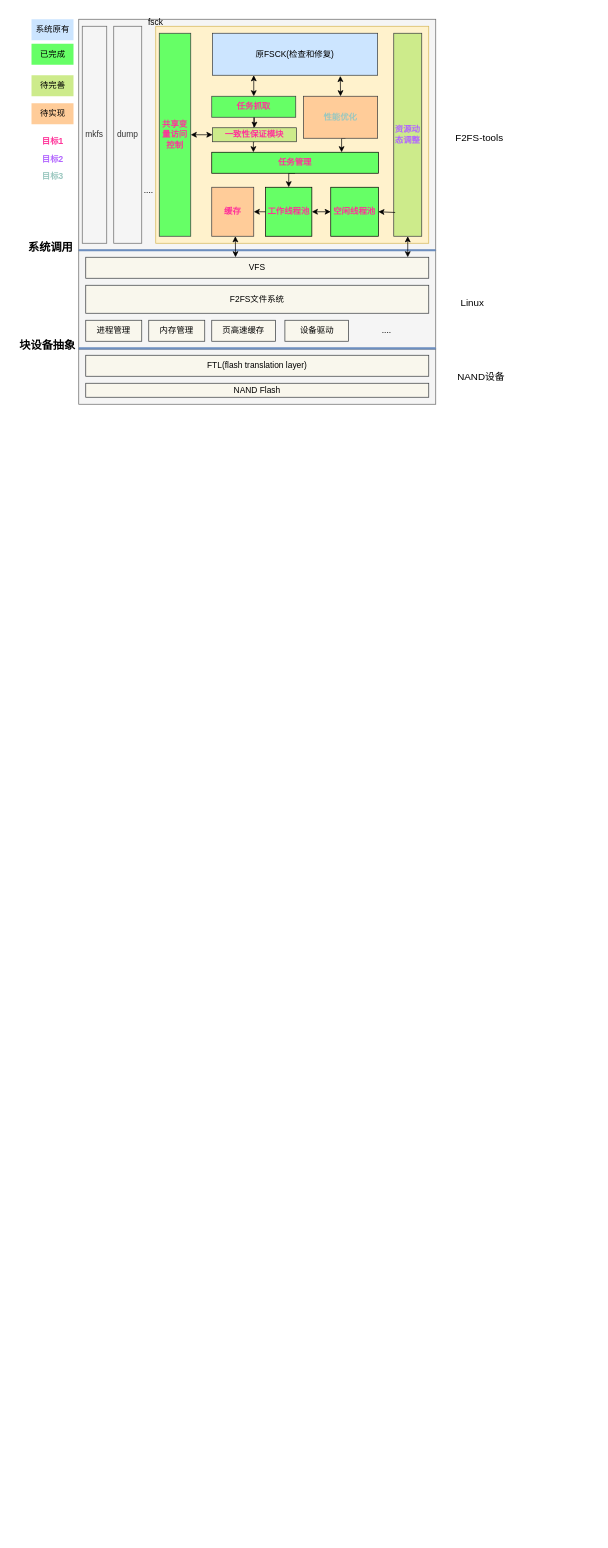
Earlier version of the draw.io diagram f2fs/f2fs架构图.drawio (ksd11/charts). Source tidied: cells renumbered, new cells numbered last; positions are measured from the earlier drawing's top-left corner, leaving out a move shared by most shapes. Both pictures are drawn from the tidied source at 70%, with x=0, y=0 at pixel (22, 12).
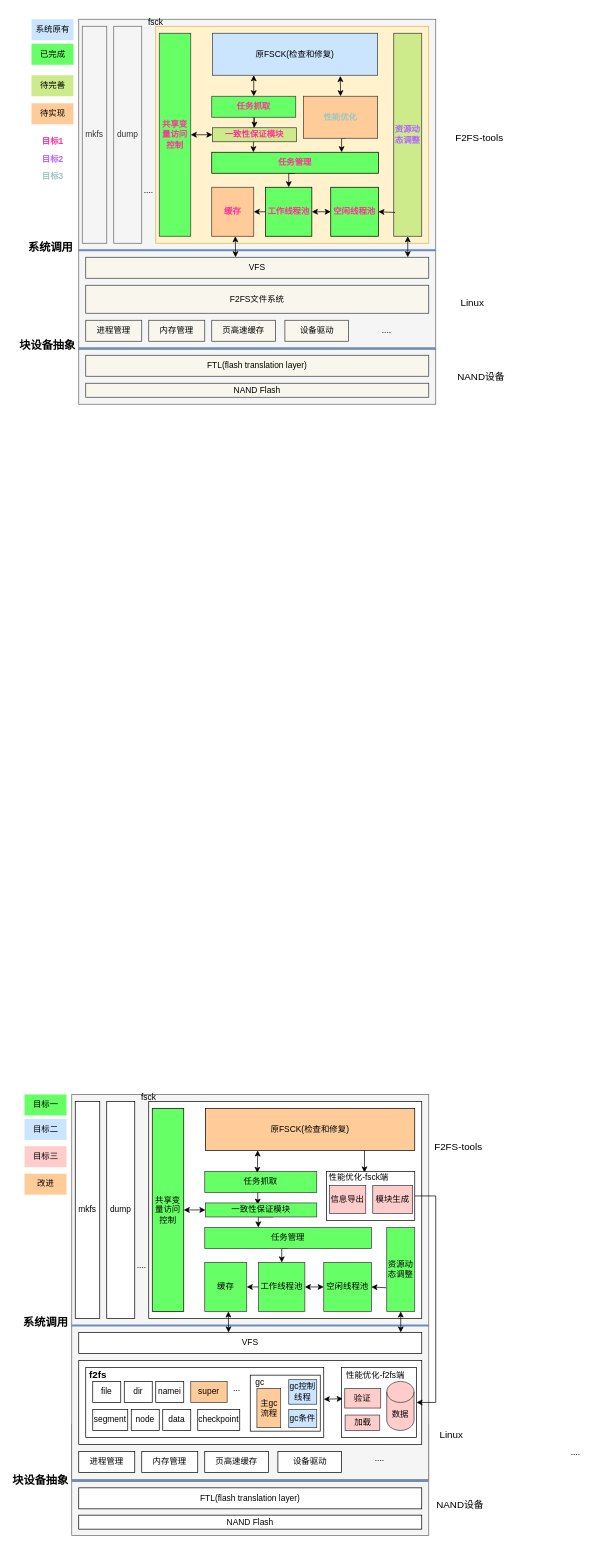
Above is the later version.

Commit message (it also covers changes not shown here):
修改f2fs架构图

Diff of the diagram source:
```diff
@@
+    <mxCell id="56" style="rounded=0;whiteSpace=wrap;html=1;fillColor=#f5f5f5;fontColor=#333333;strokeColor=#666666;" parent="1" vertex="1">
+      <mxGeometry x="70" y="2017" width="510" height="159" as="geometry" />
+    </mxCell>
+    <mxCell id="57" style="rounded=0;whiteSpace=wrap;html=1;fillColor=#f5f5f5;fontColor=#333333;strokeColor=#666666;" parent="1" vertex="1">
+      <mxGeometry x="70" y="1546" width="510" height="330" as="geometry" />
+    </mxCell>
+    <mxCell id="58" style="rounded=0;whiteSpace=wrap;html=1;fillColor=#f5f5f5;strokeColor=#666666;fontColor=#333333;" parent="1" vertex="1">
+      <mxGeometry x="70" y="1876" width="510" height="220" as="geometry" />
+    </mxCell>
+    <mxCell id="59" value="NAND Flash" style="rounded=0;whiteSpace=wrap;html=1;" parent="1" vertex="1">
+      <mxGeometry x="80" y="2147" width="490" height="20" as="geometry" />
+    </mxCell>
+    <mxCell id="60" value="FTL(flash translation layer)" style="rounded=0;whiteSpace=wrap;html=1;" parent="1" vertex="1">
+      <mxGeometry x="80" y="2108" width="490" height="30" as="geometry" />
+    </mxCell>
+    <mxCell id="61" value="Linux" style="text;html=1;strokeColor=none;fillColor=none;align=center;verticalAlign=middle;whiteSpace=wrap;rounded=0;fontSize=14;labelBorderColor=none;" parent="1" vertex="1">
+      <mxGeometry x="580" y="2017" width="65" height="30" as="geometry" />
+    </mxCell>
+    <mxCell id="62" value="进程管理" style="rounded=0;whiteSpace=wrap;html=1;" parent="1" vertex="1">
+      <mxGeometry x="80" y="2056" width="80" height="30" as="geometry" />
+    </mxCell>
+    <mxCell id="63" value="内存管理" style="rounded=0;whiteSpace=wrap;html=1;" parent="1" vertex="1">
+      <mxGeometry x="170" y="2056" width="80" height="30" as="geometry" />
+    </mxCell>
+    <mxCell id="64" value="页高速缓存" style="rounded=0;whiteSpace=wrap;html=1;" parent="1" vertex="1">
+      <mxGeometry x="260" y="2056" width="91" height="30" as="geometry" />
+    </mxCell>
+    <mxCell id="65" value="...." style="text;html=1;strokeColor=none;fillColor=none;align=center;verticalAlign=middle;whiteSpace=wrap;rounded=0;" parent="1" vertex="1">
+      <mxGeometry x="480" y="2051" width="60" height="30" as="geometry" />
+    </mxCell>
+    <mxCell id="66" style="rounded=0;whiteSpace=wrap;html=1;" parent="1" vertex="1">
+      <mxGeometry x="80" y="1926" width="490" height="120" as="geometry" />
+    </mxCell>
+    <mxCell id="67" value="VFS" style="rounded=0;whiteSpace=wrap;html=1;" parent="1" vertex="1">
+      <mxGeometry x="80" y="1886" width="490" height="30" as="geometry" />
+    </mxCell>
+    <mxCell id="68" value="块设备抽象" style="text;html=1;align=center;verticalAlign=middle;rounded=0;fontSize=16;fontStyle=1;" parent="1" vertex="1">
+      <mxGeometry x="-10" y="2081.5" width="70" height="30" as="geometry" />
+    </mxCell>
+    <mxCell id="69" style="endArrow=none;html=1;rounded=0;exitX=0;exitY=0;exitDx=0;exitDy=0;strokeWidth=3;entryX=1;entryY=0;entryDx=0;entryDy=0;fillColor=#dae8fc;strokeColor=#6c8ebf;fontColor=#fff2cc;" parent="1" edge="1" target="58">
+      <mxGeometry relative="1" as="geometry">
+        <mxPoint x="70" y="1876" as="sourcePoint" />
+      </mxGeometry>
+    </mxCell>
+    <mxCell id="70" value="&lt;font style=&quot;font-size: 16px;&quot;&gt;&lt;b&gt;系统调用&lt;/b&gt;&lt;/font&gt;" style="text;html=1;strokeColor=none;fillColor=none;align=center;verticalAlign=middle;whiteSpace=wrap;rounded=0;" parent="1" vertex="1">
+      <mxGeometry x="-2.5" y="1856" width="70" height="30" as="geometry" />
+    </mxCell>
+    <mxCell id="71" value="dump" style="rounded=0;whiteSpace=wrap;html=1;" parent="1" vertex="1">
+      <mxGeometry x="120" y="1556" width="40" height="310" as="geometry" />
+    </mxCell>
+    <mxCell id="72" value="mkfs" style="rounded=0;whiteSpace=wrap;html=1;" parent="1" vertex="1">
+      <mxGeometry x="75" y="1556" width="35" height="310" as="geometry" />
+    </mxCell>
+    <mxCell id="73" style="rounded=0;whiteSpace=wrap;html=1;" parent="1" vertex="1">
+      <mxGeometry x="180" y="1556" width="390" height="310" as="geometry" />
+    </mxCell>
+    <mxCell id="74" value="...." style="text;html=1;strokeColor=none;fillColor=none;align=center;verticalAlign=middle;whiteSpace=wrap;rounded=0;" parent="1" vertex="1">
+      <mxGeometry x="140" y="1776" width="60" height="30" as="geometry" />
+    </mxCell>
+    <mxCell id="75" value="fsck" style="text;html=1;strokeColor=none;fillColor=none;align=center;verticalAlign=middle;whiteSpace=wrap;rounded=0;" parent="1" vertex="1">
+      <mxGeometry x="150" y="1536" width="60" height="30" as="geometry" />
+    </mxCell>
+    <mxCell id="76" value="F2FS-tools" style="text;html=1;strokeColor=none;fillColor=none;align=center;verticalAlign=middle;whiteSpace=wrap;rounded=0;fontSize=14;labelBackgroundColor=default;" parent="1" vertex="1">
+      <mxGeometry x="585" y="1606" width="75" height="30" as="geometry" />
+    </mxCell>
+    <mxCell id="77" style="edgeStyle=orthogonalEdgeStyle;rounded=0;jettySize=auto;html=1;exitX=0.5;exitY=1;exitDx=0;exitDy=0;entryX=0.5;entryY=0;entryDx=0;entryDy=0;" parent="1" edge="1" source="78" target="81">
+      <mxGeometry relative="1" as="geometry" />
+    </mxCell>
+    <mxCell id="78" value="任务管理" style="rounded=0;whiteSpace=wrap;html=1;fillColor=#66ff66;strokeColor=#36393d;" parent="1" vertex="1">
+      <mxGeometry x="260" y="1736" width="238" height="30" as="geometry" />
+    </mxCell>
+    <mxCell id="79" style="rounded=0;jettySize=auto;html=1;entryX=1;entryY=0.5;entryDx=0;entryDy=0;targetPerimeterSpacing=0;startArrow=classic;startFill=1;exitX=0;exitY=0.5;exitDx=0;exitDy=0;" parent="1" edge="1" source="83" target="81">
+      <mxGeometry relative="1" as="geometry" />
+    </mxCell>
+    <mxCell id="80" style="edgeStyle=orthogonalEdgeStyle;rounded=0;jettySize=auto;html=1;exitX=0;exitY=0.5;exitDx=0;exitDy=0;entryX=1;entryY=0.5;entryDx=0;entryDy=0;" parent="1" edge="1" source="81" target="93">
+      <mxGeometry relative="1" as="geometry" />
+    </mxCell>
+    <mxCell id="81" value="工作线程池" style="rounded=0;whiteSpace=wrap;html=1;fillColor=#66ff66;strokeColor=#36393d;" parent="1" vertex="1">
+      <mxGeometry x="337" y="1786" width="66" height="70" as="geometry" />
+    </mxCell>
+    <mxCell id="82" value="资源动态调整" style="rounded=0;whiteSpace=wrap;html=1;fillColor=#66ff66;strokeColor=#36393d;" parent="1" vertex="1">
+      <mxGeometry x="520" y="1736" width="40" height="120" as="geometry" />
+    </mxCell>
+    <mxCell id="83" value="空闲线程池" style="rounded=0;whiteSpace=wrap;html=1;fillColor=#66ff66;strokeColor=#36393d;" parent="1" vertex="1">
+      <mxGeometry x="430" y="1786" width="68" height="70" as="geometry" />
+    </mxCell>
+    <mxCell id="84" value="共享变量访问控制" style="rounded=0;whiteSpace=wrap;html=1;fillColor=#66ff66;strokeColor=default;" parent="1" vertex="1">
+      <mxGeometry x="185" y="1566" width="45" height="290" as="geometry" />
+    </mxCell>
+    <mxCell id="85" style="edgeStyle=orthogonalEdgeStyle;rounded=0;jettySize=auto;html=1;exitX=0.774;exitY=0.97;exitDx=0;exitDy=0;entryX=0.43;entryY=0.021;entryDx=0;entryDy=0;entryPerimeter=0;exitPerimeter=0;" parent="1" edge="1" source="86" target="92">
+      <mxGeometry relative="1" as="geometry" />
+    </mxCell>
+    <mxCell id="86" value="原FSCK(检查和修复)" style="rounded=0;whiteSpace=wrap;html=1;fillColor=#ffcc99;strokeColor=default;" parent="1" vertex="1">
+      <mxGeometry x="261" y="1566" width="299" height="60" as="geometry" />
+    </mxCell>
+    <mxCell id="87" style="edgeStyle=orthogonalEdgeStyle;rounded=0;jettySize=auto;html=1;exitX=0.5;exitY=1;exitDx=0;exitDy=0;entryX=0.47;entryY=0.124;entryDx=0;entryDy=0;entryPerimeter=0;" parent="1" edge="1" source="88" target="90">
+      <mxGeometry relative="1" as="geometry" />
+    </mxCell>
+    <mxCell id="88" value="任务抓取" style="rounded=0;whiteSpace=wrap;html=1;fillColor=#66ff66;strokeColor=#36393d;" parent="1" vertex="1">
+      <mxGeometry x="260" y="1656" width="160" height="30" as="geometry" />
+    </mxCell>
+    <mxCell id="89" style="edgeStyle=orthogonalEdgeStyle;rounded=0;orthogonalLoop=1;jettySize=auto;html=1;exitX=0.5;exitY=1;exitDx=0;exitDy=0;entryX=0.25;entryY=0;entryDx=0;entryDy=0;" parent="1" edge="1">
+      <mxGeometry relative="1" as="geometry">
+        <mxPoint x="357.5" y="1721" as="sourcePoint" />
+        <mxPoint x="336.5" y="1736" as="targetPoint" />
+      </mxGeometry>
+    </mxCell>
+    <mxCell id="90" value="一致性保证模块" style="rounded=0;whiteSpace=wrap;html=1;fillColor=#66ff66;strokeColor=#36393d;" parent="1" vertex="1">
+      <mxGeometry x="261" y="1701" width="159" height="20" as="geometry" />
+    </mxCell>
+    <mxCell id="91" style="edgeStyle=orthogonalEdgeStyle;rounded=0;jettySize=auto;html=1;exitX=1;exitY=0.5;exitDx=0;exitDy=0;" parent="1" edge="1" source="92" target="106">
+      <mxGeometry relative="1" as="geometry">
+        <Array as="points">
+          <mxPoint x="590" y="1691" />
+          <mxPoint x="590" y="1986" />
+        </Array>
+      </mxGeometry>
+    </mxCell>
+    <mxCell id="92" style="rounded=0;whiteSpace=wrap;html=1;" parent="1" vertex="1">
+      <mxGeometry x="434" y="1656" width="126" height="70" as="geometry" />
+    </mxCell>
+    <mxCell id="93" value="缓存" style="rounded=0;whiteSpace=wrap;html=1;fillColor=#66ff66;strokeColor=#36393d;" parent="1" vertex="1">
+      <mxGeometry x="260" y="1786" width="60" height="70" as="geometry" />
+    </mxCell>
+    <mxCell id="94" style="endArrow=classic;startArrow=classic;html=1;rounded=0;exitX=0.469;exitY=0.066;exitDx=0;exitDy=0;entryX=0.25;entryY=1;entryDx=0;entryDy=0;exitPerimeter=0;" parent="1" edge="1" source="88" target="86">
+      <mxGeometry relative="1" as="geometry" />
+    </mxCell>
+    <mxCell id="95" style="endArrow=classic;html=1;rounded=0;entryX=1;entryY=0.5;entryDx=0;entryDy=0;exitX=-0.019;exitY=0.718;exitDx=0;exitDy=0;exitPerimeter=0;" parent="1" edge="1" source="82" target="83">
+      <mxGeometry relative="1" as="geometry" />
+    </mxCell>
+    <mxCell id="96" style="endArrow=classic;startArrow=classic;html=1;rounded=0;" parent="1" edge="1" source="82">
+      <mxGeometry relative="1" as="geometry">
+        <mxPoint x="540" y="1886" as="targetPoint" />
+      </mxGeometry>
+    </mxCell>
+    <mxCell id="97" style="endArrow=classic;startArrow=classic;html=1;rounded=0;" parent="1" edge="1">
+      <mxGeometry relative="1" as="geometry">
+        <mxPoint x="293.7" y="1856" as="sourcePoint" />
+        <mxPoint x="294" y="1886" as="targetPoint" />
+      </mxGeometry>
+    </mxCell>
+    <mxCell id="98" value="设备驱动" style="rounded=0;whiteSpace=wrap;html=1;" parent="1" vertex="1">
+      <mxGeometry x="364.5" y="2056" width="91" height="30" as="geometry" />
+    </mxCell>
+    <mxCell id="99" style="endArrow=classic;startArrow=classic;html=1;rounded=0;exitX=1;exitY=0.5;exitDx=0;exitDy=0;" parent="1" edge="1" source="84" target="90">
+      <mxGeometry relative="1" as="geometry" />
+    </mxCell>
+    <mxCell id="100" style="endArrow=none;html=1;rounded=0;exitX=0;exitY=0;exitDx=0;exitDy=0;strokeWidth=3;entryX=1;entryY=0;entryDx=0;entryDy=0;fillColor=#dae8fc;strokeColor=#6c8ebf;" parent="1" edge="1">
+      <mxGeometry relative="1" as="geometry">
+        <mxPoint x="70" y="2098.2" as="sourcePoint" />
+        <mxPoint x="580" y="2098.2" as="targetPoint" />
+      </mxGeometry>
+    </mxCell>
+    <mxCell id="101" value="NAND设备" style="text;html=1;strokeColor=none;fillColor=none;align=center;verticalAlign=middle;whiteSpace=wrap;rounded=0;fontSize=14;labelBorderColor=none;" parent="1" vertex="1">
+      <mxGeometry x="590" y="2117" width="70" height="30" as="geometry" />
+    </mxCell>
+    <mxCell id="102" value="目标一" style="rounded=0;whiteSpace=wrap;html=1;fillColor=#66ff66;labelBorderColor=none;strokeColor=none;" parent="1" vertex="1">
+      <mxGeometry x="2.5" y="1546" width="60" height="30" as="geometry" />
+    </mxCell>
+    <mxCell id="103" value="目标三" style="rounded=0;whiteSpace=wrap;html=1;fillColor=#ffcccc;labelBorderColor=none;strokeColor=none;" parent="1" vertex="1">
+      <mxGeometry x="2.5" y="1620" width="60" height="30" as="geometry" />
+    </mxCell>
+    <mxCell id="104" value="目标二" style="rounded=0;whiteSpace=wrap;html=1;fillColor=#cce5ff;labelBorderColor=none;strokeColor=none;" parent="1" vertex="1">
+      <mxGeometry x="2.5" y="1581" width="60" height="30" as="geometry" />
+    </mxCell>
+    <mxCell id="105" style="rounded=0;whiteSpace=wrap;html=1;" parent="1" vertex="1">
+      <mxGeometry x="90" y="1936" width="340" height="100" as="geometry" />
+    </mxCell>
+    <mxCell id="106" style="rounded=0;whiteSpace=wrap;html=1;" parent="1" vertex="1">
+      <mxGeometry x="455.5" y="1936" width="107" height="100" as="geometry" />
+    </mxCell>
+    <mxCell id="107" value="segment" style="rounded=0;whiteSpace=wrap;html=1;" parent="1" vertex="1">
+      <mxGeometry x="100" y="1996" width="50" height="30" as="geometry" />
+    </mxCell>
+    <mxCell id="108" value="node" style="rounded=0;whiteSpace=wrap;html=1;" parent="1" vertex="1">
+      <mxGeometry x="155" y="1996" width="40" height="30" as="geometry" />
+    </mxCell>
+    <mxCell id="109" value="...." style="text;html=1;strokeColor=none;fillColor=none;align=center;verticalAlign=middle;whiteSpace=wrap;rounded=0;" parent="1" vertex="1">
+      <mxGeometry x="760" y="2041.5" width="60" height="30" as="geometry" />
+    </mxCell>
+    <mxCell id="110" value="data" style="rounded=0;whiteSpace=wrap;html=1;" parent="1" vertex="1">
+      <mxGeometry x="200" y="1996" width="40" height="30" as="geometry" />
+    </mxCell>
+    <mxCell id="111" value="super" style="rounded=0;whiteSpace=wrap;html=1;fillColor=#ffcc99;strokeColor=#36393d;" parent="1" vertex="1">
+      <mxGeometry x="240" y="1956" width="52" height="30" as="geometry" />
+    </mxCell>
+    <mxCell id="112" value="file" style="rounded=0;whiteSpace=wrap;html=1;" parent="1" vertex="1">
+      <mxGeometry x="100" y="1956" width="40" height="30" as="geometry" />
+    </mxCell>
+    <mxCell id="113" value="dir" style="rounded=0;whiteSpace=wrap;html=1;" parent="1" vertex="1">
+      <mxGeometry x="145" y="1956" width="40" height="30" as="geometry" />
+    </mxCell>
+    <mxCell id="114" value="namei" style="rounded=0;whiteSpace=wrap;html=1;" parent="1" vertex="1">
+      <mxGeometry x="190" y="1956" width="40" height="30" as="geometry" />
+    </mxCell>
+    <mxCell id="115" value="checkpoint" style="rounded=0;whiteSpace=wrap;html=1;" parent="1" vertex="1">
+      <mxGeometry x="250" y="1996" width="60" height="30" as="geometry" />
+    </mxCell>
+    <mxCell id="116" style="rounded=0;whiteSpace=wrap;html=1;" parent="1" vertex="1">
+      <mxGeometry x="325" y="1947" width="100" height="80" as="geometry" />
+    </mxCell>
+    <mxCell id="117" value="..." style="text;html=1;strokeColor=none;fillColor=none;align=center;verticalAlign=middle;whiteSpace=wrap;rounded=0;" parent="1" vertex="1">
+      <mxGeometry x="276" y="1951" width="60" height="30" as="geometry" />
+    </mxCell>
+    <mxCell id="118" value="gc" style="text;html=1;strokeColor=none;fillColor=none;align=center;verticalAlign=middle;whiteSpace=wrap;rounded=0;" parent="1" vertex="1">
+      <mxGeometry x="308.5" y="1942" width="60" height="30" as="geometry" />
+    </mxCell>
+    <mxCell id="119" value="信息导出" style="rounded=0;whiteSpace=wrap;html=1;fillColor=#ffcccc;strokeColor=#36393d;" parent="1" vertex="1">
+      <mxGeometry x="438" y="1676" width="52" height="40" as="geometry" />
+    </mxCell>
+    <mxCell id="120" value="模块生成" style="rounded=0;whiteSpace=wrap;html=1;fillColor=#ffcccc;strokeColor=#36393d;" parent="1" vertex="1">
+      <mxGeometry x="500" y="1676" width="57" height="40" as="geometry" />
+    </mxCell>
+    <mxCell id="121" value="加载" style="rounded=0;whiteSpace=wrap;html=1;fillColor=#ffcccc;strokeColor=#36393d;" parent="1" vertex="1">
+      <mxGeometry x="460.5" y="2004" width="49.5" height="22" as="geometry" />
+    </mxCell>
+    <mxCell id="122" value="数据" style="shape=cylinder3;whiteSpace=wrap;html=1;boundedLbl=1;backgroundOutline=1;size=15;fillColor=#ffcccc;strokeColor=#36393d;" parent="1" vertex="1">
+      <mxGeometry x="520" y="1956" width="39" height="70" as="geometry" />
+    </mxCell>
+    <mxCell id="123" value="验证" style="rounded=0;whiteSpace=wrap;html=1;fillColor=#ffcccc;strokeColor=#36393d;" parent="1" vertex="1">
+      <mxGeometry x="460" y="1966" width="51.4" height="28" as="geometry" />
+    </mxCell>
+    <mxCell id="124" value="&lt;b&gt;&lt;font style=&quot;font-size: 14px;&quot;&gt;f2fs&lt;/font&gt;&lt;/b&gt;" style="text;html=1;strokeColor=none;fillColor=none;align=center;verticalAlign=middle;whiteSpace=wrap;rounded=0;" parent="1" vertex="1">
+      <mxGeometry x="70" y="1931.5" width="75" height="30" as="geometry" />
+    </mxCell>
+    <mxCell id="125" value="gc条件" style="rounded=0;whiteSpace=wrap;html=1;fillColor=#cce5ff;strokeColor=#36393d;" parent="1" vertex="1">
+      <mxGeometry x="380" y="1996" width="40" height="26" as="geometry" />
+    </mxCell>
+    <mxCell id="126" value="gc控制线程" style="rounded=0;whiteSpace=wrap;html=1;fillColor=#cce5ff;strokeColor=#36393d;" parent="1" vertex="1">
+      <mxGeometry x="380" y="1953.5" width="40" height="35" as="geometry" />
+    </mxCell>
+    <mxCell id="127" value="主gc流程" style="rounded=0;whiteSpace=wrap;html=1;fillColor=#ffcc99;strokeColor=#36393d;" parent="1" vertex="1">
+      <mxGeometry x="334.5" y="1966" width="34" height="56" as="geometry" />
+    </mxCell>
+    <mxCell id="128" value="改进" style="rounded=0;whiteSpace=wrap;html=1;fillColor=#ffcc99;labelBorderColor=none;strokeColor=none;" parent="1" vertex="1">
+      <mxGeometry x="2.5" y="1659.2" width="60" height="30" as="geometry" />
+    </mxCell>
+    <mxCell id="129" value="性能优化-fsck端" style="text;html=1;strokeColor=none;fillColor=none;align=center;verticalAlign=middle;whiteSpace=wrap;rounded=0;" parent="1" vertex="1">
+      <mxGeometry x="430" y="1650" width="100" height="30" as="geometry" />
+    </mxCell>
+    <mxCell id="130" value="性能优化-f2fs端" style="text;html=1;strokeColor=none;fillColor=none;align=center;verticalAlign=middle;whiteSpace=wrap;rounded=0;" parent="1" vertex="1">
+      <mxGeometry x="453.5" y="1931.5" width="100" height="30" as="geometry" />
+    </mxCell>
+    <mxCell id="131" style="rounded=0;jettySize=auto;html=1;targetPerimeterSpacing=0;startArrow=classic;startFill=1;exitX=0.016;exitY=0.447;exitDx=0;exitDy=0;exitPerimeter=0;" parent="1" edge="1" source="106" target="105">
+      <mxGeometry relative="1" as="geometry" />
+    </mxCell>
```
